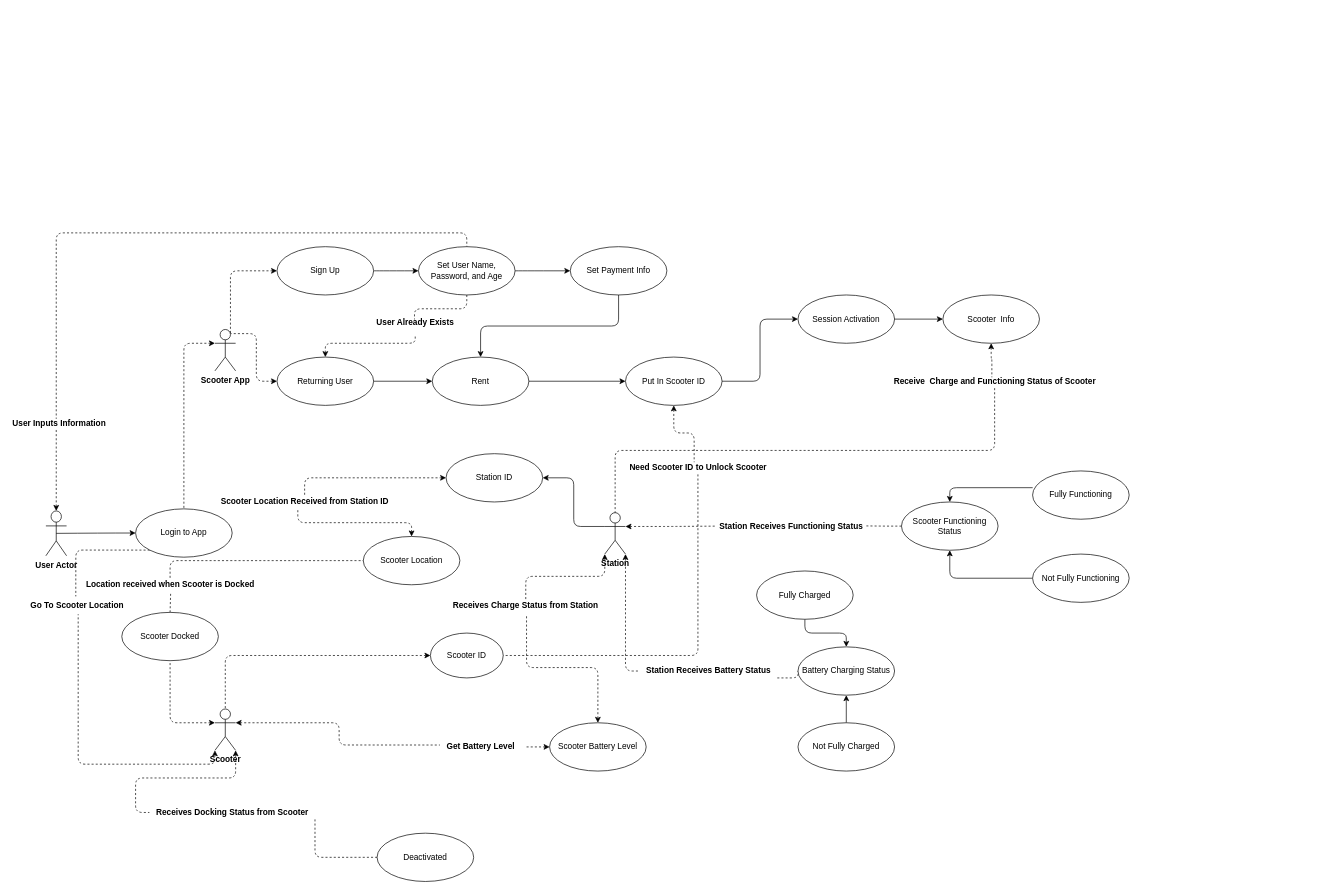
The draw.io diagram Scooter Use Case Diagram.drawio in GreyWoulf/Scooter-Project, before the edit. Source tidied: cells renumbered, new cells numbered last; positions are measured from the earlier drawing's top-left corner, leaving out a move shared by most shapes. Both pictures are drawn from the tidied source at 69%, with x=0, y=0 at pixel (25, 246).
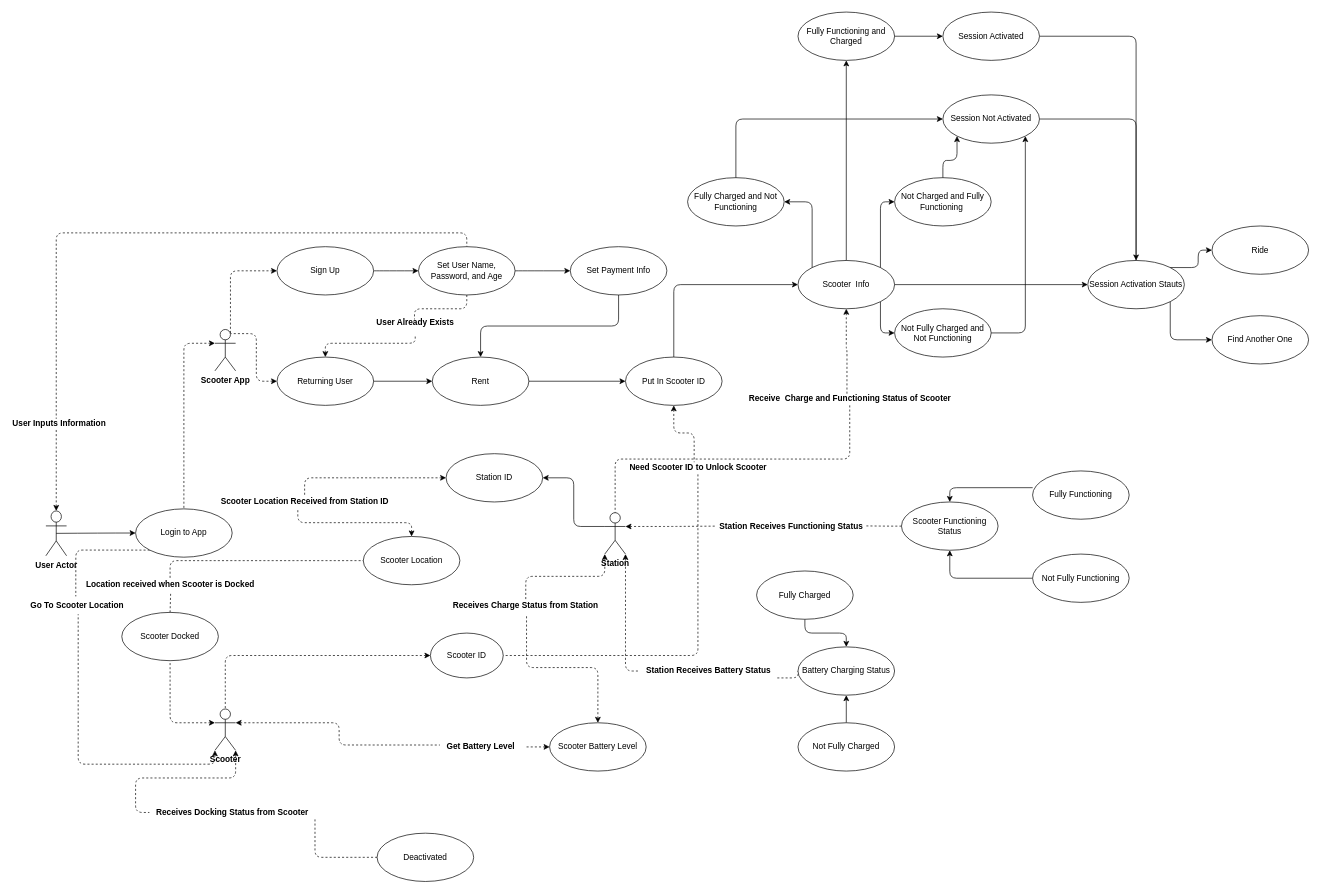
After the change.

Unchanged cells that the change refers to:
```xml
<mxCell id="43" value="Put In Scooter ID" style="ellipse;whiteSpace=wrap;html=1;fontSize=12;" parent="1" vertex="1">
  <mxGeometry x="870" y="160" width="140" height="70" as="geometry" />
</mxCell>
```

The edit, as a diff of the source:
```diff
@@
-    <mxCell id="74" style="edgeStyle=orthogonalEdgeStyle;rounded=1;jettySize=auto;html=1;exitX=0;exitY=0.5;exitDx=0;exitDy=0;entryX=1;entryY=0.5;entryDx=0;entryDy=0;fontSize=12;startArrow=classic;startFill=1;endArrow=none;endFill=0;strokeColor=default;" parent="1" edge="1" source="75" target="43">
-      <mxGeometry relative="1" as="geometry" />
-    </mxCell>
-    <mxCell id="75" value="Session Activation" style="ellipse;whiteSpace=wrap;html=1;fontSize=12;" parent="1" vertex="1">
-      <mxGeometry x="1120" y="70" width="140" height="70" as="geometry" />
-    </mxCell>
-    <mxCell id="76" style="edgeStyle=orthogonalEdgeStyle;rounded=1;jettySize=auto;html=1;exitX=0;exitY=0.5;exitDx=0;exitDy=0;entryX=1;entryY=0.5;entryDx=0;entryDy=0;fontSize=12;startArrow=classic;startFill=1;endArrow=none;endFill=0;strokeColor=default;" parent="1" edge="1" source="79" target="75">
-      <mxGeometry relative="1" as="geometry" />
-    </mxCell>
@@
+    <mxCell id="81" style="edgeStyle=orthogonalEdgeStyle;rounded=1;jettySize=auto;html=1;exitX=0;exitY=0.5;exitDx=0;exitDy=0;entryX=0.5;entryY=0;entryDx=0;entryDy=0;fontSize=12;startArrow=classic;startFill=1;endArrow=none;endFill=0;strokeColor=default;" parent="1" edge="1" source="79" target="43">
+      <mxGeometry relative="1" as="geometry" />
+    </mxCell>
     <mxCell id="79" value="Scooter&amp;nbsp; Info" style="ellipse;whiteSpace=wrap;html=1;fontSize=12;" parent="1" vertex="1">
-      <mxGeometry x="1330" y="70" width="140" height="70" as="geometry" />
+      <mxGeometry x="1120" y="20" width="140" height="70" as="geometry" />
     </mxCell>
     <mxCell id="80" value="&lt;b&gt;Receive&amp;nbsp; Charge and Functioning Status of Scooter&lt;/b&gt;" style="text;html=1;align=center;verticalAlign=middle;points=[];strokeColor=none;fillColor=none;fontSize=12;" parent="1" vertex="1">
-      <mxGeometry x="1250" y="185" width="310" height="20" as="geometry" />
+      <mxGeometry x="1040" y="210" width="310" height="20" as="geometry" />
     </mxCell>
+    <mxCell id="82" style="edgeStyle=orthogonalEdgeStyle;rounded=1;jettySize=auto;html=1;exitX=0;exitY=0.5;exitDx=0;exitDy=0;entryX=1;entryY=0.5;entryDx=0;entryDy=0;fontSize=12;startArrow=classic;startFill=1;endArrow=none;endFill=0;strokeColor=default;" parent="1" edge="1" source="85" target="79">
+      <mxGeometry relative="1" as="geometry" />
+    </mxCell>
+    <mxCell id="83" style="edgeStyle=orthogonalEdgeStyle;rounded=1;jettySize=auto;html=1;exitX=0.5;exitY=0;exitDx=0;exitDy=0;entryX=1;entryY=0.5;entryDx=0;entryDy=0;fontSize=12;startArrow=classic;startFill=1;endArrow=none;endFill=0;strokeColor=default;" parent="1" edge="1" source="85" target="99">
+      <mxGeometry relative="1" as="geometry" />
+    </mxCell>
+    <mxCell id="84" style="edgeStyle=orthogonalEdgeStyle;rounded=1;jettySize=auto;html=1;exitX=0.5;exitY=0;exitDx=0;exitDy=0;entryX=1;entryY=0.5;entryDx=0;entryDy=0;fontSize=12;startArrow=none;startFill=0;endArrow=none;endFill=0;strokeColor=default;" parent="1" edge="1" source="85" target="103">
+      <mxGeometry relative="1" as="geometry" />
+    </mxCell>
+    <mxCell id="85" value="Session Activation Stauts" style="ellipse;whiteSpace=wrap;html=1;fontSize=12;" parent="1" vertex="1">
+      <mxGeometry x="1540" y="20" width="140" height="70" as="geometry" />
+    </mxCell>
+    <mxCell id="86" style="edgeStyle=orthogonalEdgeStyle;rounded=1;jettySize=auto;html=1;exitX=0.5;exitY=1;exitDx=0;exitDy=0;entryX=0.5;entryY=0;entryDx=0;entryDy=0;fontSize=12;startArrow=classic;startFill=1;endArrow=none;endFill=0;strokeColor=default;" parent="1" edge="1" source="87" target="79">
+      <mxGeometry relative="1" as="geometry" />
+    </mxCell>
+    <mxCell id="87" value="Fully Functioning and Charged" style="ellipse;whiteSpace=wrap;html=1;fontSize=12;" parent="1" vertex="1">
+      <mxGeometry x="1120" y="-340" width="140" height="70" as="geometry" />
+    </mxCell>
+    <mxCell id="88" style="edgeStyle=orthogonalEdgeStyle;rounded=1;jettySize=auto;html=1;exitX=1;exitY=0.5;exitDx=0;exitDy=0;entryX=0;entryY=0;entryDx=0;entryDy=0;fontSize=12;startArrow=classic;startFill=1;endArrow=none;endFill=0;strokeColor=default;" parent="1" edge="1" source="89" target="79">
+      <mxGeometry relative="1" as="geometry" />
+    </mxCell>
+    <mxCell id="89" value="Fully Charged and Not Functioning" style="ellipse;whiteSpace=wrap;html=1;fontSize=12;" parent="1" vertex="1">
+      <mxGeometry x="960" y="-100" width="140" height="70" as="geometry" />
+    </mxCell>
+    <mxCell id="90" style="edgeStyle=orthogonalEdgeStyle;rounded=1;jettySize=auto;html=1;exitX=0;exitY=0.5;exitDx=0;exitDy=0;entryX=1;entryY=0;entryDx=0;entryDy=0;fontSize=12;startArrow=classic;startFill=1;endArrow=none;endFill=0;strokeColor=default;" parent="1" edge="1" source="91" target="79">
+      <mxGeometry relative="1" as="geometry" />
+    </mxCell>
+    <mxCell id="91" value="Not Charged and Fully Functioning&amp;nbsp;" style="ellipse;whiteSpace=wrap;html=1;fontSize=12;" parent="1" vertex="1">
+      <mxGeometry x="1260" y="-100" width="140" height="70" as="geometry" />
+    </mxCell>
+    <mxCell id="92" style="edgeStyle=orthogonalEdgeStyle;rounded=1;jettySize=auto;html=1;exitX=0;exitY=0.5;exitDx=0;exitDy=0;entryX=1;entryY=1;entryDx=0;entryDy=0;fontSize=12;startArrow=classic;startFill=1;endArrow=none;endFill=0;strokeColor=default;" parent="1" edge="1" source="93" target="79">
+      <mxGeometry relative="1" as="geometry" />
+    </mxCell>
+    <mxCell id="93" value="Not Fully Charged and Not Functioning" style="ellipse;whiteSpace=wrap;html=1;fontSize=12;" parent="1" vertex="1">
+      <mxGeometry x="1260" y="90" width="140" height="70" as="geometry" />
+    </mxCell>
+    <mxCell id="94" style="edgeStyle=orthogonalEdgeStyle;rounded=1;jettySize=auto;html=1;exitX=0;exitY=0.5;exitDx=0;exitDy=0;entryX=1;entryY=0;entryDx=0;entryDy=0;fontSize=12;startArrow=classic;startFill=1;endArrow=none;endFill=0;strokeColor=default;" parent="1" edge="1" source="95" target="85">
+      <mxGeometry relative="1" as="geometry" />
+    </mxCell>
+    <mxCell id="95" value="Ride" style="ellipse;whiteSpace=wrap;html=1;fontSize=12;" parent="1" vertex="1">
+      <mxGeometry x="1720" y="-30" width="140" height="70" as="geometry" />
+    </mxCell>
+    <mxCell id="96" style="edgeStyle=orthogonalEdgeStyle;rounded=1;jettySize=auto;html=1;exitX=0;exitY=0.5;exitDx=0;exitDy=0;entryX=1;entryY=1;entryDx=0;entryDy=0;fontSize=12;startArrow=classic;startFill=1;endArrow=none;endFill=0;strokeColor=default;" parent="1" edge="1" source="97" target="85">
+      <mxGeometry relative="1" as="geometry" />
+    </mxCell>
+    <mxCell id="97" value="Find Another One" style="ellipse;whiteSpace=wrap;html=1;fontSize=12;" parent="1" vertex="1">
+      <mxGeometry x="1720" y="100" width="140" height="70" as="geometry" />
+    </mxCell>
+    <mxCell id="98" style="edgeStyle=orthogonalEdgeStyle;rounded=1;jettySize=auto;html=1;exitX=0;exitY=0.5;exitDx=0;exitDy=0;entryX=1;entryY=0.5;entryDx=0;entryDy=0;fontSize=12;startArrow=classic;startFill=1;endArrow=none;endFill=0;strokeColor=default;" parent="1" edge="1" source="99" target="87">
+      <mxGeometry relative="1" as="geometry" />
+    </mxCell>
+    <mxCell id="99" value="Session Activated" style="ellipse;whiteSpace=wrap;html=1;fontSize=12;" parent="1" vertex="1">
+      <mxGeometry x="1330" y="-340" width="140" height="70" as="geometry" />
+    </mxCell>
+    <mxCell id="100" style="edgeStyle=orthogonalEdgeStyle;rounded=1;jettySize=auto;html=1;exitX=1;exitY=1;exitDx=0;exitDy=0;entryX=1;entryY=0.5;entryDx=0;entryDy=0;fontSize=12;startArrow=classic;startFill=1;endArrow=none;endFill=0;strokeColor=default;" parent="1" edge="1" source="103" target="93">
+      <mxGeometry relative="1" as="geometry" />
+    </mxCell>
+    <mxCell id="101" style="edgeStyle=orthogonalEdgeStyle;rounded=1;jettySize=auto;html=1;exitX=0;exitY=0.5;exitDx=0;exitDy=0;entryX=0.5;entryY=0;entryDx=0;entryDy=0;fontSize=12;startArrow=classic;startFill=1;endArrow=none;endFill=0;strokeColor=default;" parent="1" edge="1" source="103" target="89">
+      <mxGeometry relative="1" as="geometry" />
+    </mxCell>
+    <mxCell id="102" style="edgeStyle=orthogonalEdgeStyle;rounded=1;jettySize=auto;html=1;exitX=0;exitY=1;exitDx=0;exitDy=0;entryX=0.5;entryY=0;entryDx=0;entryDy=0;fontSize=12;startArrow=classic;startFill=1;endArrow=none;endFill=0;strokeColor=default;" parent="1" edge="1" source="103" target="91">
+      <mxGeometry relative="1" as="geometry" />
+    </mxCell>
+    <mxCell id="103" value="Session Not Activated" style="ellipse;whiteSpace=wrap;html=1;fontSize=12;" parent="1" vertex="1">
+      <mxGeometry x="1330" y="-220" width="140" height="70" as="geometry" />
+    </mxCell>
```
